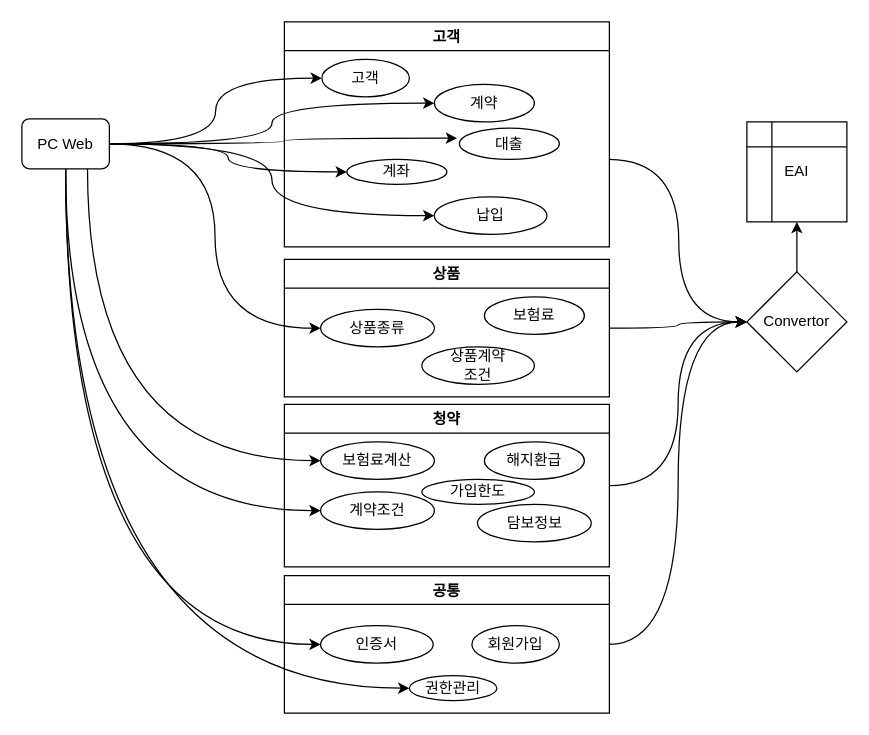
The draw.io diagram page "AS-IS 기준 도메인분류" (5 of 5) of LINA_AA.drawio in DEV-FRAMEWORK/SW-MODEL, before the edit. Source tidied: cells renumbered, new cells numbered last; positions are measured from the earlier drawing's top-left corner, leaving out a move shared by most shapes. Both pictures are drawn from the tidied source at 125%, with x=0, y=0 at pixel (21, 21).
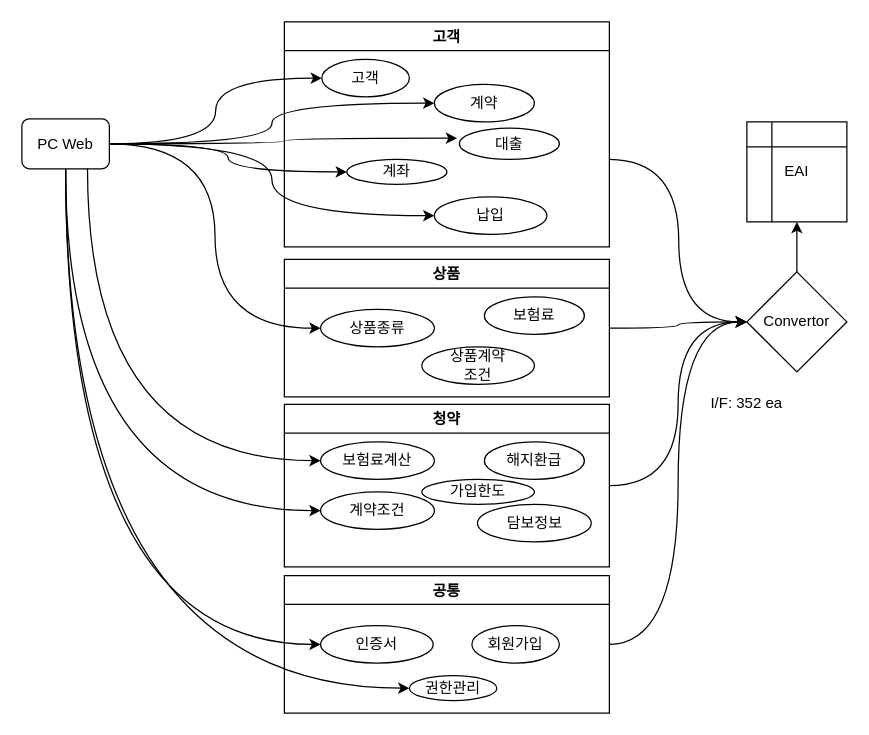
The same diagram, later.

Change to the diagram source:
```diff
@@
+    <mxCell id="40" value="I/F: 352 ea" style="text;html=1;strokeColor=none;fillColor=none;align=center;verticalAlign=middle;whiteSpace=wrap;rounded=0;" parent="1" vertex="1">
+      <mxGeometry x="540" y="290" width="80" height="30" as="geometry" />
+    </mxCell>
```
